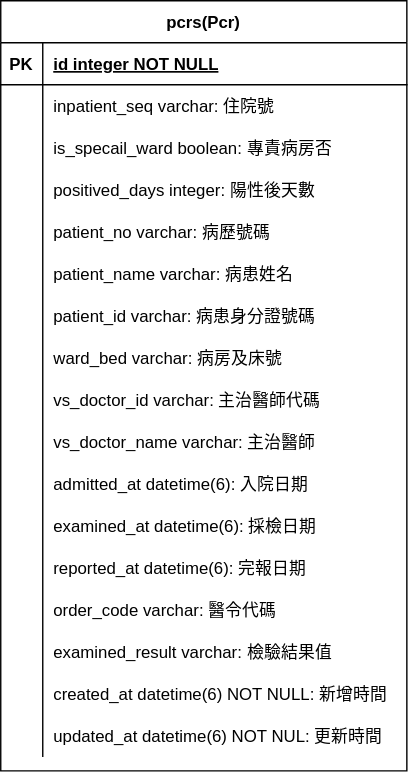
The draw.io diagram docs/drawios/pcr.drawio.svg in losehrt/x_wards, before a commit. Source tidied: cells renumbered, new cells last; positions are measured from the earlier drawing's top-left corner, leaving out a move shared by most shapes. Source of this version:
```xml
<mxGraphModel>
  <root>
    <mxCell id="0" />
    <mxCell id="1" parent="0" />
    <mxCell id="2" value="pcrs(Pcr)" style="shape=table;startSize=30;rowLines=0;fontStyle=1;align=center;" parent="1" vertex="1">
      <mxGeometry width="290" height="550" as="geometry" />
    </mxCell>
    <mxCell id="3" style="shape=partialRectangle;fillColor=none;top=0;left=0;right=0;bottom=1;" parent="2" vertex="1">
      <mxGeometry y="30" width="290" height="30" as="geometry" />
    </mxCell>
    <mxCell id="4" value="PK" style="shape=partialRectangle;overflow=hidden;fillColor=none;top=0;left=0;bottom=0;right=0;fontStyle=1;" parent="3" vertex="1">
      <mxGeometry width="30" height="30" as="geometry" />
    </mxCell>
    <mxCell id="5" value="id integer NOT NULL " style="shape=partialRectangle;overflow=hidden;fillColor=none;top=0;left=0;bottom=0;right=0;align=left;spacingLeft=6;fontStyle=5;" parent="3" vertex="1">
      <mxGeometry x="30" width="260" height="30" as="geometry" />
    </mxCell>
    <mxCell id="6" style="shape=partialRectangle;fillColor=none;top=0;left=0;right=0;bottom=0;" parent="2" vertex="1">
      <mxGeometry y="60" width="290" height="30" as="geometry" />
    </mxCell>
    <mxCell id="7" style="shape=partialRectangle;overflow=hidden;fillColor=none;top=0;left=0;bottom=0;right=0;" parent="6" vertex="1">
      <mxGeometry width="30" height="30" as="geometry" />
    </mxCell>
    <mxCell id="8" value="inpatient_seq varchar: 住院號" style="shape=partialRectangle;overflow=hidden;fillColor=none;top=0;left=0;bottom=0;right=0;align=left;spacingLeft=6;" parent="6" vertex="1">
      <mxGeometry x="30" width="260" height="30" as="geometry" />
    </mxCell>
    <mxCell id="9" style="shape=partialRectangle;fillColor=none;top=0;left=0;right=0;bottom=0;" parent="2" vertex="1">
      <mxGeometry y="90" width="290" height="30" as="geometry" />
    </mxCell>
    <mxCell id="10" style="shape=partialRectangle;overflow=hidden;fillColor=none;top=0;left=0;bottom=0;right=0;" parent="9" vertex="1">
      <mxGeometry width="30" height="30" as="geometry" />
    </mxCell>
    <mxCell id="11" value="is_specail_ward boolean: 專責病房否" style="shape=partialRectangle;overflow=hidden;fillColor=none;top=0;left=0;bottom=0;right=0;align=left;spacingLeft=6;" parent="9" vertex="1">
      <mxGeometry x="30" width="260" height="30" as="geometry" />
    </mxCell>
    <mxCell id="12" style="shape=partialRectangle;fillColor=none;top=0;left=0;right=0;bottom=0;" parent="2" vertex="1">
      <mxGeometry y="120" width="290" height="30" as="geometry" />
    </mxCell>
    <mxCell id="13" style="shape=partialRectangle;overflow=hidden;fillColor=none;top=0;left=0;bottom=0;right=0;" parent="12" vertex="1">
      <mxGeometry width="30" height="30" as="geometry" />
    </mxCell>
    <mxCell id="14" value="positived_days integer: 陽性後天數" style="shape=partialRectangle;overflow=hidden;fillColor=none;top=0;left=0;bottom=0;right=0;align=left;spacingLeft=6;" parent="12" vertex="1">
      <mxGeometry x="30" width="260" height="30" as="geometry" />
    </mxCell>
    <mxCell id="15" style="shape=partialRectangle;fillColor=none;top=0;left=0;right=0;bottom=0;" parent="2" vertex="1">
      <mxGeometry y="150" width="290" height="30" as="geometry" />
    </mxCell>
    <mxCell id="16" style="shape=partialRectangle;overflow=hidden;fillColor=none;top=0;left=0;bottom=0;right=0;" parent="15" vertex="1">
      <mxGeometry width="30" height="30" as="geometry" />
    </mxCell>
    <mxCell id="17" value="patient_no varchar: 病歷號碼" style="shape=partialRectangle;overflow=hidden;fillColor=none;top=0;left=0;bottom=0;right=0;align=left;spacingLeft=6;" parent="15" vertex="1">
      <mxGeometry x="30" width="260" height="30" as="geometry" />
    </mxCell>
    <mxCell id="18" style="shape=partialRectangle;fillColor=none;top=0;left=0;right=0;bottom=0;" parent="2" vertex="1">
      <mxGeometry y="180" width="290" height="30" as="geometry" />
    </mxCell>
    <mxCell id="19" style="shape=partialRectangle;overflow=hidden;fillColor=none;top=0;left=0;bottom=0;right=0;" parent="18" vertex="1">
      <mxGeometry width="30" height="30" as="geometry" />
    </mxCell>
    <mxCell id="20" value="patient_name varchar: 病患姓名" style="shape=partialRectangle;overflow=hidden;fillColor=none;top=0;left=0;bottom=0;right=0;align=left;spacingLeft=6;" parent="18" vertex="1">
      <mxGeometry x="30" width="260" height="30" as="geometry" />
    </mxCell>
    <mxCell id="21" style="shape=partialRectangle;fillColor=none;top=0;left=0;right=0;bottom=0;" parent="2" vertex="1">
      <mxGeometry y="210" width="290" height="30" as="geometry" />
    </mxCell>
    <mxCell id="22" style="shape=partialRectangle;overflow=hidden;fillColor=none;top=0;left=0;bottom=0;right=0;" parent="21" vertex="1">
      <mxGeometry width="30" height="30" as="geometry" />
    </mxCell>
    <mxCell id="23" value="patient_id varchar: 病患身分證號碼" style="shape=partialRectangle;overflow=hidden;fillColor=none;top=0;left=0;bottom=0;right=0;align=left;spacingLeft=6;" parent="21" vertex="1">
      <mxGeometry x="30" width="260" height="30" as="geometry" />
    </mxCell>
    <mxCell id="24" style="shape=partialRectangle;fillColor=none;top=0;left=0;right=0;bottom=0;" parent="2" vertex="1">
      <mxGeometry y="240" width="290" height="30" as="geometry" />
    </mxCell>
    <mxCell id="25" style="shape=partialRectangle;overflow=hidden;fillColor=none;top=0;left=0;bottom=0;right=0;" parent="24" vertex="1">
      <mxGeometry width="30" height="30" as="geometry" />
    </mxCell>
    <mxCell id="26" value="ward_bed varchar: 病房及床號" style="shape=partialRectangle;overflow=hidden;fillColor=none;top=0;left=0;bottom=0;right=0;align=left;spacingLeft=6;" parent="24" vertex="1">
      <mxGeometry x="30" width="260" height="30" as="geometry" />
    </mxCell>
    <mxCell id="27" style="shape=partialRectangle;fillColor=none;top=0;left=0;right=0;bottom=0;" parent="2" vertex="1">
      <mxGeometry y="270" width="290" height="30" as="geometry" />
    </mxCell>
    <mxCell id="28" style="shape=partialRectangle;overflow=hidden;fillColor=none;top=0;left=0;bottom=0;right=0;" parent="27" vertex="1">
      <mxGeometry width="30" height="30" as="geometry" />
    </mxCell>
    <mxCell id="29" value="vs_doctor_id varchar: 主治醫師代碼" style="shape=partialRectangle;overflow=hidden;fillColor=none;top=0;left=0;bottom=0;right=0;align=left;spacingLeft=6;" parent="27" vertex="1">
      <mxGeometry x="30" width="260" height="30" as="geometry" />
    </mxCell>
    <mxCell id="30" style="shape=partialRectangle;fillColor=none;top=0;left=0;right=0;bottom=0;" parent="2" vertex="1">
      <mxGeometry y="300" width="290" height="30" as="geometry" />
    </mxCell>
    <mxCell id="31" style="shape=partialRectangle;overflow=hidden;fillColor=none;top=0;left=0;bottom=0;right=0;" parent="30" vertex="1">
      <mxGeometry width="30" height="30" as="geometry" />
    </mxCell>
    <mxCell id="32" value="vs_doctor_name varchar: 主治醫師" style="shape=partialRectangle;overflow=hidden;fillColor=none;top=0;left=0;bottom=0;right=0;align=left;spacingLeft=6;" parent="30" vertex="1">
      <mxGeometry x="30" width="260" height="30" as="geometry" />
    </mxCell>
    <mxCell id="33" style="shape=partialRectangle;fillColor=none;top=0;left=0;right=0;bottom=0;" parent="2" vertex="1">
      <mxGeometry y="330" width="290" height="30" as="geometry" />
    </mxCell>
    <mxCell id="34" style="shape=partialRectangle;overflow=hidden;fillColor=none;top=0;left=0;bottom=0;right=0;" parent="33" vertex="1">
      <mxGeometry width="30" height="30" as="geometry" />
    </mxCell>
    <mxCell id="35" value="admitted_at datetime(6): 入院日期" style="shape=partialRectangle;overflow=hidden;fillColor=none;top=0;left=0;bottom=0;right=0;align=left;spacingLeft=6;" parent="33" vertex="1">
      <mxGeometry x="30" width="260" height="30" as="geometry" />
    </mxCell>
    <mxCell id="36" style="shape=partialRectangle;fillColor=none;top=0;left=0;right=0;bottom=0;" parent="2" vertex="1">
      <mxGeometry y="360" width="290" height="30" as="geometry" />
    </mxCell>
    <mxCell id="37" style="shape=partialRectangle;overflow=hidden;fillColor=none;top=0;left=0;bottom=0;right=0;" parent="36" vertex="1">
      <mxGeometry width="30" height="30" as="geometry" />
    </mxCell>
    <mxCell id="38" value="examined_at datetime(6): 採檢日期" style="shape=partialRectangle;overflow=hidden;fillColor=none;top=0;left=0;bottom=0;right=0;align=left;spacingLeft=6;" parent="36" vertex="1">
      <mxGeometry x="30" width="260" height="30" as="geometry" />
    </mxCell>
    <mxCell id="39" style="shape=partialRectangle;fillColor=none;top=0;left=0;right=0;bottom=0;" parent="2" vertex="1">
      <mxGeometry y="390" width="290" height="30" as="geometry" />
    </mxCell>
    <mxCell id="40" style="shape=partialRectangle;overflow=hidden;fillColor=none;top=0;left=0;bottom=0;right=0;" parent="39" vertex="1">
      <mxGeometry width="30" height="30" as="geometry" />
    </mxCell>
    <mxCell id="41" value="reported_at datetime(6): 完報日期" style="shape=partialRectangle;overflow=hidden;fillColor=none;top=0;left=0;bottom=0;right=0;align=left;spacingLeft=6;" parent="39" vertex="1">
      <mxGeometry x="30" width="260" height="30" as="geometry" />
    </mxCell>
    <mxCell id="42" style="shape=partialRectangle;fillColor=none;top=0;left=0;right=0;bottom=0;" parent="2" vertex="1">
      <mxGeometry y="420" width="290" height="30" as="geometry" />
    </mxCell>
    <mxCell id="43" style="shape=partialRectangle;overflow=hidden;fillColor=none;top=0;left=0;bottom=0;right=0;" parent="42" vertex="1">
      <mxGeometry width="30" height="30" as="geometry" />
    </mxCell>
    <mxCell id="44" value="order_code varchar: 醫令代碼" style="shape=partialRectangle;overflow=hidden;fillColor=none;top=0;left=0;bottom=0;right=0;align=left;spacingLeft=6;" parent="42" vertex="1">
      <mxGeometry x="30" width="260" height="30" as="geometry" />
    </mxCell>
    <mxCell id="45" style="shape=partialRectangle;fillColor=none;top=0;left=0;right=0;bottom=0;" parent="2" vertex="1">
      <mxGeometry y="450" width="290" height="30" as="geometry" />
    </mxCell>
    <mxCell id="46" style="shape=partialRectangle;overflow=hidden;fillColor=none;top=0;left=0;bottom=0;right=0;" parent="45" vertex="1">
      <mxGeometry width="30" height="30" as="geometry" />
    </mxCell>
    <mxCell id="47" value="examined_result varchar: 檢驗結果值" style="shape=partialRectangle;overflow=hidden;fillColor=none;top=0;left=0;bottom=0;right=0;align=left;spacingLeft=6;" parent="45" vertex="1">
      <mxGeometry x="30" width="260" height="30" as="geometry" />
    </mxCell>
    <mxCell id="48" style="shape=partialRectangle;fillColor=none;top=0;left=0;right=0;bottom=0;" parent="2" vertex="1">
      <mxGeometry y="480" width="290" height="30" as="geometry" />
    </mxCell>
    <mxCell id="49" style="shape=partialRectangle;overflow=hidden;fillColor=none;top=0;left=0;bottom=0;right=0;" parent="48" vertex="1">
      <mxGeometry width="30" height="30" as="geometry" />
    </mxCell>
    <mxCell id="50" value="created_at datetime(6) NOT NULL: 新增時間" style="shape=partialRectangle;overflow=hidden;fillColor=none;top=0;left=0;bottom=0;right=0;align=left;spacingLeft=6;" parent="48" vertex="1">
      <mxGeometry x="30" width="260" height="30" as="geometry" />
    </mxCell>
    <mxCell id="51" style="shape=partialRectangle;fillColor=none;top=0;left=0;right=0;bottom=0;" parent="2" vertex="1">
      <mxGeometry y="510" width="290" height="30" as="geometry" />
    </mxCell>
    <mxCell id="52" style="shape=partialRectangle;overflow=hidden;fillColor=none;top=0;left=0;bottom=0;right=0;" parent="51" vertex="1">
      <mxGeometry width="30" height="30" as="geometry" />
    </mxCell>
    <mxCell id="53" value="updated_at datetime(6) NOT NUL: 更新時間" style="shape=partialRectangle;overflow=hidden;fillColor=none;top=0;left=0;bottom=0;right=0;align=left;spacingLeft=6;" parent="51" vertex="1">
      <mxGeometry x="30" width="260" height="30" as="geometry" />
    </mxCell>
  </root>
</mxGraphModel>
```
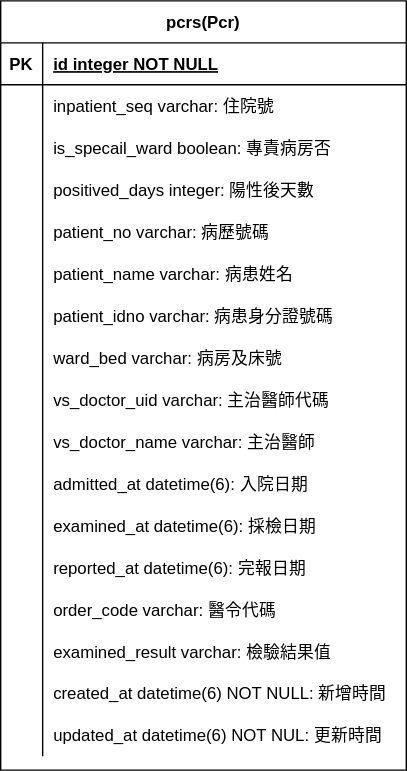
Later version of the same file.

Commit message:
fix: rename patien id and doctor id

Change to the diagram source:
```diff
@@ -65,7 +65,7 @@
     <mxCell id="22" style="shape=partialRectangle;overflow=hidden;fillColor=none;top=0;left=0;bottom=0;right=0;" parent="21" vertex="1">
       <mxGeometry width="30" height="30" as="geometry" />
     </mxCell>
-    <mxCell id="23" value="patient_id varchar: 病患身分證號碼" style="shape=partialRectangle;overflow=hidden;fillColor=none;top=0;left=0;bottom=0;right=0;align=left;spacingLeft=6;" parent="21" vertex="1">
+    <mxCell id="23" value="patient_idno varchar: 病患身分證號碼" style="shape=partialRectangle;overflow=hidden;fillColor=none;top=0;left=0;bottom=0;right=0;align=left;spacingLeft=6;" parent="21" vertex="1">
       <mxGeometry x="30" width="260" height="30" as="geometry" />
     </mxCell>
     <mxCell id="24" style="shape=partialRectangle;fillColor=none;top=0;left=0;right=0;bottom=0;" parent="2" vertex="1">
@@ -83,7 +83,7 @@
     <mxCell id="28" style="shape=partialRectangle;overflow=hidden;fillColor=none;top=0;left=0;bottom=0;right=0;" parent="27" vertex="1">
       <mxGeometry width="30" height="30" as="geometry" />
     </mxCell>
-    <mxCell id="29" value="vs_doctor_id varchar: 主治醫師代碼" style="shape=partialRectangle;overflow=hidden;fillColor=none;top=0;left=0;bottom=0;right=0;align=left;spacingLeft=6;" parent="27" vertex="1">
+    <mxCell id="29" value="vs_doctor_uid varchar: 主治醫師代碼" style="shape=partialRectangle;overflow=hidden;fillColor=none;top=0;left=0;bottom=0;right=0;align=left;spacingLeft=6;" parent="27" vertex="1">
       <mxGeometry x="30" width="260" height="30" as="geometry" />
     </mxCell>
     <mxCell id="30" style="shape=partialRectangle;fillColor=none;top=0;left=0;right=0;bottom=0;" parent="2" vertex="1">
```
